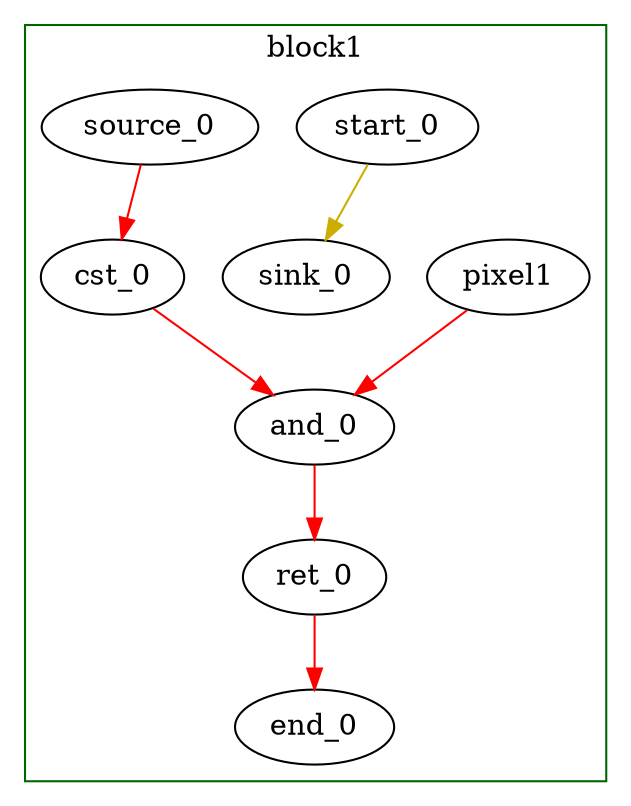
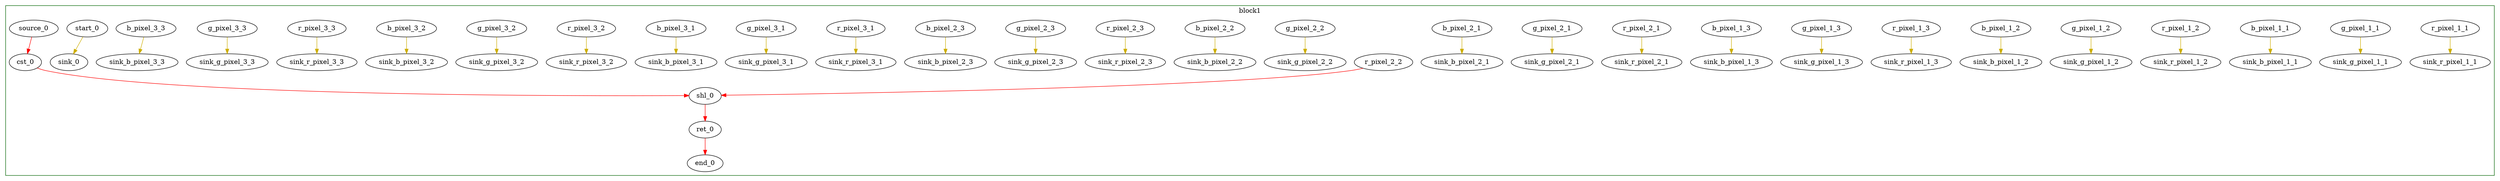
Digraph G {
	splines=spline;
//DHLS version: 0.1.1" [shape = "none" pos = "20,20!"]
- 		"pixel1" [type = "Entry", bbID= 1, in = "in1:32", out = "out1:32"];
- 		"cst_0" [type = "Constant", bbID= 1, in = "in1:32", out = "out1:32", value = "0x00FF0000", delay="0.000 0.000 0.000 100.000 100.000 100.000 100.000 100.000"];
- 		"and_0" [type = "Operator", bbID= 1, op = "and_op", in = "in1:32 in2:32 ", out = "out1:32 ", delay="1.397 1.397 1.400 1.409 100.000 100.000 100.000 100.000", latency=0, II=1];
+ 		"r_pixel_1_1" [type = "Entry", bbID= 1, in = "in1:32", out = "out1:32"];
+ 		"g_pixel_1_1" [type = "Entry", bbID= 1, in = "in1:32", out = "out1:32"];
+ 		"b_pixel_1_1" [type = "Entry", bbID= 1, in = "in1:32", out = "out1:32"];
+ 		"r_pixel_1_2" [type = "Entry", bbID= 1, in = "in1:32", out = "out1:32"];
+ 		"g_pixel_1_2" [type = "Entry", bbID= 1, in = "in1:32", out = "out1:32"];
+ 		"b_pixel_1_2" [type = "Entry", bbID= 1, in = "in1:32", out = "out1:32"];
+ 		"r_pixel_1_3" [type = "Entry", bbID= 1, in = "in1:32", out = "out1:32"];
+ 		"g_pixel_1_3" [type = "Entry", bbID= 1, in = "in1:32", out = "out1:32"];
+ 		"b_pixel_1_3" [type = "Entry", bbID= 1, in = "in1:32", out = "out1:32"];
+ 		"r_pixel_2_1" [type = "Entry", bbID= 1, in = "in1:32", out = "out1:32"];
+ 		"g_pixel_2_1" [type = "Entry", bbID= 1, in = "in1:32", out = "out1:32"];
+ 		"b_pixel_2_1" [type = "Entry", bbID= 1, in = "in1:32", out = "out1:32"];
+ 		"r_pixel_2_2" [type = "Entry", bbID= 1, in = "in1:32", out = "out1:32"];
+ 		"g_pixel_2_2" [type = "Entry", bbID= 1, in = "in1:32", out = "out1:32"];
+ 		"b_pixel_2_2" [type = "Entry", bbID= 1, in = "in1:32", out = "out1:32"];
+ 		"r_pixel_2_3" [type = "Entry", bbID= 1, in = "in1:32", out = "out1:32"];
+ 		"g_pixel_2_3" [type = "Entry", bbID= 1, in = "in1:32", out = "out1:32"];
+ 		"b_pixel_2_3" [type = "Entry", bbID= 1, in = "in1:32", out = "out1:32"];
+ 		"r_pixel_3_1" [type = "Entry", bbID= 1, in = "in1:32", out = "out1:32"];
+ 		"g_pixel_3_1" [type = "Entry", bbID= 1, in = "in1:32", out = "out1:32"];
+ 		"b_pixel_3_1" [type = "Entry", bbID= 1, in = "in1:32", out = "out1:32"];
+ 		"r_pixel_3_2" [type = "Entry", bbID= 1, in = "in1:32", out = "out1:32"];
+ 		"g_pixel_3_2" [type = "Entry", bbID= 1, in = "in1:32", out = "out1:32"];
+ 		"b_pixel_3_2" [type = "Entry", bbID= 1, in = "in1:32", out = "out1:32"];
+ 		"r_pixel_3_3" [type = "Entry", bbID= 1, in = "in1:32", out = "out1:32"];
+ 		"g_pixel_3_3" [type = "Entry", bbID= 1, in = "in1:32", out = "out1:32"];
+ 		"b_pixel_3_3" [type = "Entry", bbID= 1, in = "in1:32", out = "out1:32"];
+ 		"sink_r_pixel_1_1" [type = "Sink", bbID= 0, in = "in1:32"];
+ 		"sink_g_pixel_1_1" [type = "Sink", bbID= 0, in = "in1:32"];
+ 		"sink_b_pixel_1_1" [type = "Sink", bbID= 0, in = "in1:32"];
+ 		"sink_r_pixel_1_2" [type = "Sink", bbID= 0, in = "in1:32"];
+ 		"sink_g_pixel_1_2" [type = "Sink", bbID= 0, in = "in1:32"];
+ 		"sink_b_pixel_1_2" [type = "Sink", bbID= 0, in = "in1:32"];
+ 		"sink_r_pixel_1_3" [type = "Sink", bbID= 0, in = "in1:32"];
+ 		"sink_g_pixel_1_3" [type = "Sink", bbID= 0, in = "in1:32"];
+ 		"sink_b_pixel_1_3" [type = "Sink", bbID= 0, in = "in1:32"];
+ 		"sink_r_pixel_2_1" [type = "Sink", bbID= 0, in = "in1:32"];
+ 		"sink_g_pixel_2_1" [type = "Sink", bbID= 0, in = "in1:32"];
+ 		"sink_b_pixel_2_1" [type = "Sink", bbID= 0, in = "in1:32"];
+ 		"sink_g_pixel_2_2" [type = "Sink", bbID= 0, in = "in1:32"];
+ 		"sink_b_pixel_2_2" [type = "Sink", bbID= 0, in = "in1:32"];
+ 		"sink_r_pixel_2_3" [type = "Sink", bbID= 0, in = "in1:32"];
+ 		"sink_g_pixel_2_3" [type = "Sink", bbID= 0, in = "in1:32"];
+ 		"sink_b_pixel_2_3" [type = "Sink", bbID= 0, in = "in1:32"];
+ 		"sink_r_pixel_3_1" [type = "Sink", bbID= 0, in = "in1:32"];
+ 		"sink_g_pixel_3_1" [type = "Sink", bbID= 0, in = "in1:32"];
+ 		"sink_b_pixel_3_1" [type = "Sink", bbID= 0, in = "in1:32"];
+ 		"sink_r_pixel_3_2" [type = "Sink", bbID= 0, in = "in1:32"];
+ 		"sink_g_pixel_3_2" [type = "Sink", bbID= 0, in = "in1:32"];
+ 		"sink_b_pixel_3_2" [type = "Sink", bbID= 0, in = "in1:32"];
+ 		"sink_r_pixel_3_3" [type = "Sink", bbID= 0, in = "in1:32"];
+ 		"sink_g_pixel_3_3" [type = "Sink", bbID= 0, in = "in1:32"];
+ 		"sink_b_pixel_3_3" [type = "Sink", bbID= 0, in = "in1:32"];
+ 		"cst_0" [type = "Constant", bbID= 1, in = "in1:32", out = "out1:32", value = "0x00000010", delay="0.000 0.000 0.000 100.000 100.000 100.000 100.000 100.000"];
+ 		"shl_0" [type = "Operator", bbID= 1, op = "shl_op", in = "in1:32 in2:32 ", out = "out1:32 ", delay="3.466 1.397 1.400 1.409 100.000 100.000 100.000 100.000", latency=0, II=1];
		"ret_0" [type = "Operator", bbID= 1, op = "ret_op", in = "in1:32 ", out = "out1:32 ", delay="1.412 1.409 0.000 100.000 100.000 100.000 100.000 100.000", latency=0, II=1];
		"end_0" [type = "Exit", bbID= 0, in = "in1:32 ", out = "out1:32"];
		"start_0" [type = "Entry", control= "true", bbID= 1, in = "in1:0", out = "out1:0"];
		"sink_0" [type = "Sink", bbID= 0, in = "in1:0"];
		"source_0" [type = "Source", bbID= 1, out = "out1:32"];
	subgraph cluster_0 {
	color = "darkgreen";
		label = "block1";
- 		"pixel1" -> "and_0" [color = "red", from = "out1", to = "in1"];
- 		"cst_0" -> "and_0" [color = "red", from = "out1", to = "in2"];
- 		"and_0" -> "ret_0" [color = "red", from = "out1", to = "in1"];
+ 		"r_pixel_2_2" -> "shl_0" [color = "red", from = "out1", to = "in1"];
+ 		"cst_0" -> "shl_0" [color = "red", from = "out1", to = "in2"];
+ 		"shl_0" -> "ret_0" [color = "red", from = "out1", to = "in1"];
		"ret_0" -> "end_0" [color = "red", from = "out1", to = "in1"];
		"start_0" -> "sink_0" [color = "gold3", from = "out1", to = "in1"];
		"source_0" -> "cst_0" [color = "red", from = "out1", to = "in1"];
+ 
+ 		"r_pixel_1_1" -> "sink_r_pixel_1_1" [color = "gold3", from = "out1", to = "in1"];
+ 		"g_pixel_1_1" -> "sink_g_pixel_1_1" [color = "gold3", from = "out1", to = "in1"];
+ 		"b_pixel_1_1" -> "sink_b_pixel_1_1" [color = "gold3", from = "out1", to = "in1"];
+ 		"r_pixel_1_2" -> "sink_r_pixel_1_2" [color = "gold3", from = "out1", to = "in1"];
+ 		"g_pixel_1_2" -> "sink_g_pixel_1_2" [color = "gold3", from = "out1", to = "in1"];
+ 		"b_pixel_1_2" -> "sink_b_pixel_1_2" [color = "gold3", from = "out1", to = "in1"];
+ 		"r_pixel_1_3" -> "sink_r_pixel_1_3" [color = "gold3", from = "out1", to = "in1"];
+ 		"g_pixel_1_3" -> "sink_g_pixel_1_3" [color = "gold3", from = "out1", to = "in1"];
+ 		"b_pixel_1_3" -> "sink_b_pixel_1_3" [color = "gold3", from = "out1", to = "in1"];
+ 		"r_pixel_2_1" -> "sink_r_pixel_2_1" [color = "gold3", from = "out1", to = "in1"];
+ 		"g_pixel_2_1" -> "sink_g_pixel_2_1" [color = "gold3", from = "out1", to = "in1"];
+ 		"b_pixel_2_1" -> "sink_b_pixel_2_1" [color = "gold3", from = "out1", to = "in1"];
+ 		"g_pixel_2_2" -> "sink_g_pixel_2_2" [color = "gold3", from = "out1", to = "in1"];
+ 		"b_pixel_2_2" -> "sink_b_pixel_2_2" [color = "gold3", from = "out1", to = "in1"];
+ 		"r_pixel_2_3" -> "sink_r_pixel_2_3" [color = "gold3", from = "out1", to = "in1"];
+ 		"g_pixel_2_3" -> "sink_g_pixel_2_3" [color = "gold3", from = "out1", to = "in1"];
+ 		"b_pixel_2_3" -> "sink_b_pixel_2_3" [color = "gold3", from = "out1", to = "in1"];
+ 		"r_pixel_3_1" -> "sink_r_pixel_3_1" [color = "gold3", from = "out1", to = "in1"];
+ 		"g_pixel_3_1" -> "sink_g_pixel_3_1" [color = "gold3", from = "out1", to = "in1"];
+ 		"b_pixel_3_1" -> "sink_b_pixel_3_1" [color = "gold3", from = "out1", to = "in1"];
+ 		"r_pixel_3_2" -> "sink_r_pixel_3_2" [color = "gold3", from = "out1", to = "in1"];
+ 		"g_pixel_3_2" -> "sink_g_pixel_3_2" [color = "gold3", from = "out1", to = "in1"];
+ 		"b_pixel_3_2" -> "sink_b_pixel_3_2" [color = "gold3", from = "out1", to = "in1"];
+ 		"r_pixel_3_3" -> "sink_r_pixel_3_3" [color = "gold3", from = "out1", to = "in1"];
+ 		"g_pixel_3_3" -> "sink_g_pixel_3_3" [color = "gold3", from = "out1", to = "in1"];
+ 		"b_pixel_3_3" -> "sink_b_pixel_3_3" [color = "gold3", from = "out1", to = "in1"];
	}
- }+ }
